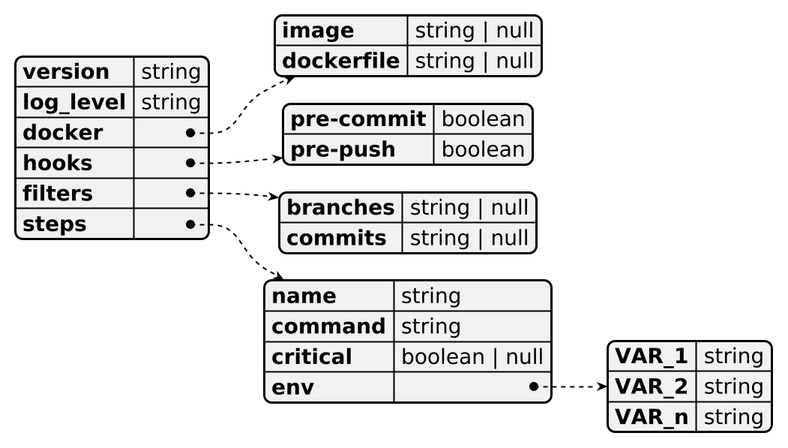
h3nc4/tmp keeps this PlantUML diagram as Artefatos/diagrams/yaml.png. Above is the earlier version.
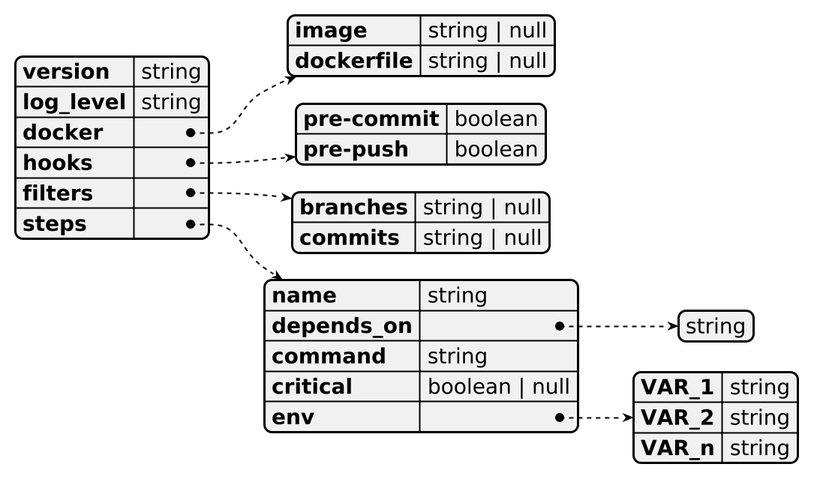
Later version of the same file.

Commit message:
update class and data diagrams

Diff of the diagram source:
```diff
@@ -15,6 +15,8 @@
   commits: string | null
 steps:
   name: string
+  depends_on:
+    - string
   command: string
   critical: boolean | null
   env:
```
